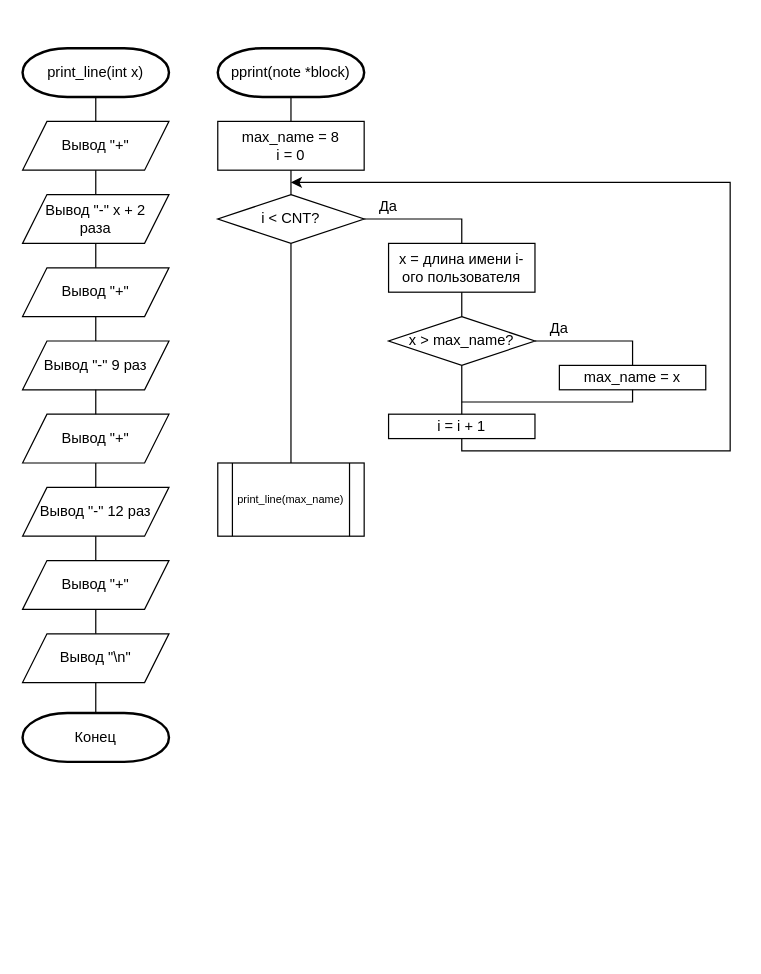
Above: page "print_line + pprint" (3 of 3) of Схема алгоритма.drawio in DexTver/LAB_06_06 (draw.io), before the change. Source tidied: cells renumbered, new cells numbered last; positions are measured from the earlier drawing's top-left corner, leaving out a move shared by most shapes. Both pictures are drawn from the tidied source at 122%, with x=0, y=0 at pixel (22, 48).
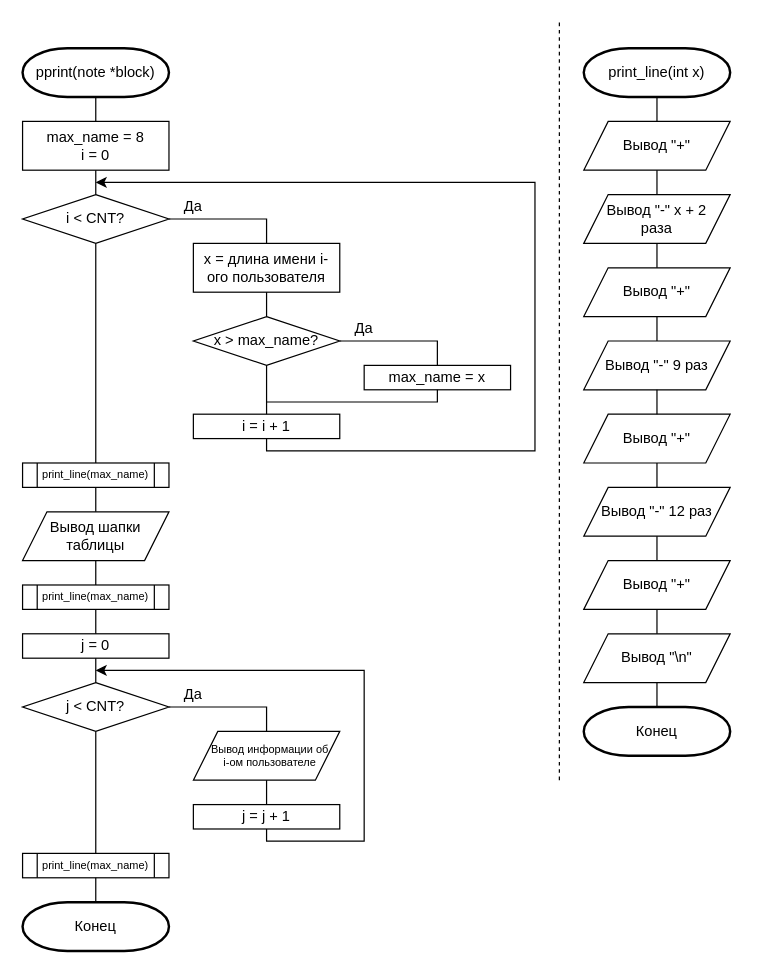
After the change.

What changed in the source:
```diff
@@
     <mxCell id="2" value="print_line(int x)" style="strokeWidth=2;html=1;shape=mxgraph.flowchart.terminator;whiteSpace=wrap;" parent="1" vertex="1">
-      <mxGeometry width="120" height="40" as="geometry" />
+      <mxGeometry x="460" width="120" height="40" as="geometry" />
     </mxCell>
     <mxCell id="3" value="Вывод&amp;nbsp;&quot;+&quot;" style="shape=parallelogram;perimeter=parallelogramPerimeter;whiteSpace=wrap;html=1;fixedSize=1;" parent="1" vertex="1">
-      <mxGeometry y="60" width="120" height="40" as="geometry" />
+      <mxGeometry x="460" y="60" width="120" height="40" as="geometry" />
     </mxCell>
     <mxCell id="4" value="Вывод &quot;-&quot; x + 2&lt;br&gt;раза" style="shape=parallelogram;perimeter=parallelogramPerimeter;whiteSpace=wrap;html=1;fixedSize=1;" parent="1" vertex="1">
-      <mxGeometry y="120" width="120" height="40" as="geometry" />
+      <mxGeometry x="460" y="120" width="120" height="40" as="geometry" />
     </mxCell>
     <mxCell id="5" value="Вывод&amp;nbsp;&quot;+&quot;" style="shape=parallelogram;perimeter=parallelogramPerimeter;whiteSpace=wrap;html=1;fixedSize=1;" parent="1" vertex="1">
-      <mxGeometry y="180" width="120" height="40" as="geometry" />
+      <mxGeometry x="460" y="180" width="120" height="40" as="geometry" />
     </mxCell>
     <mxCell id="6" value="Вывод &quot;-&quot; 9 раз" style="shape=parallelogram;perimeter=parallelogramPerimeter;whiteSpace=wrap;html=1;fixedSize=1;" parent="1" vertex="1">
-      <mxGeometry y="240" width="120" height="40" as="geometry" />
+      <mxGeometry x="460" y="240" width="120" height="40" as="geometry" />
     </mxCell>
     <mxCell id="7" value="Вывод&amp;nbsp;&quot;+&quot;" style="shape=parallelogram;perimeter=parallelogramPerimeter;whiteSpace=wrap;html=1;fixedSize=1;" parent="1" vertex="1">
-      <mxGeometry y="300" width="120" height="40" as="geometry" />
+      <mxGeometry x="460" y="300" width="120" height="40" as="geometry" />
     </mxCell>
     <mxCell id="8" value="Вывод&amp;nbsp;&quot;+&quot;" style="shape=parallelogram;perimeter=parallelogramPerimeter;whiteSpace=wrap;html=1;fixedSize=1;" parent="1" vertex="1">
-      <mxGeometry y="420" width="120" height="40" as="geometry" />
+      <mxGeometry x="460" y="420" width="120" height="40" as="geometry" />
     </mxCell>
     <mxCell id="9" value="Вывод &quot;-&quot; 12 раз" style="shape=parallelogram;perimeter=parallelogramPerimeter;whiteSpace=wrap;html=1;fixedSize=1;" parent="1" vertex="1">
-      <mxGeometry y="360" width="120" height="40" as="geometry" />
+      <mxGeometry x="460" y="360" width="120" height="40" as="geometry" />
     </mxCell>
     <mxCell id="10" value="Вывод &quot;\n&quot;" style="shape=parallelogram;perimeter=parallelogramPerimeter;whiteSpace=wrap;html=1;fixedSize=1;" parent="1" vertex="1">
-      <mxGeometry y="480" width="120" height="40" as="geometry" />
+      <mxGeometry x="460" y="480" width="120" height="40" as="geometry" />
     </mxCell>
     <mxCell id="11" value="Конец" style="strokeWidth=2;html=1;shape=mxgraph.flowchart.terminator;whiteSpace=wrap;" parent="1" vertex="1">
-      <mxGeometry y="545" width="120" height="40" as="geometry" />
+      <mxGeometry x="460" y="540" width="120" height="40" as="geometry" />
     </mxCell>
@@
     <mxCell id="21" value="pprint(note *block)" style="strokeWidth=2;html=1;shape=mxgraph.flowchart.terminator;whiteSpace=wrap;" parent="1" vertex="1">
-      <mxGeometry x="160" width="120" height="40" as="geometry" />
+      <mxGeometry width="120" height="40" as="geometry" />
     </mxCell>
     <mxCell id="22" value="max_name = 8&lt;br&gt;i = 0" style="rounded=0;whiteSpace=wrap;html=1;" parent="1" vertex="1">
-      <mxGeometry x="160" y="60" width="120" height="40" as="geometry" />
+      <mxGeometry y="60" width="120" height="40" as="geometry" />
     </mxCell>
     <mxCell id="23" value="i &amp;lt; CNT?" style="strokeWidth=1;html=1;shape=mxgraph.flowchart.decision;whiteSpace=wrap;" parent="1" vertex="1">
-      <mxGeometry x="160" y="120" width="120" height="40" as="geometry" />
+      <mxGeometry y="120" width="120" height="40" as="geometry" />
     </mxCell>
     <mxCell id="24" value="x = длина имени i-ого пользователя" style="rounded=0;whiteSpace=wrap;html=1;" parent="1" vertex="1">
-      <mxGeometry x="300" y="160" width="120" height="40" as="geometry" />
+      <mxGeometry x="140" y="160" width="120" height="40" as="geometry" />
     </mxCell>
     <mxCell id="25" value="x &amp;gt; max_name?" style="strokeWidth=1;html=1;shape=mxgraph.flowchart.decision;whiteSpace=wrap;" parent="1" vertex="1">
-      <mxGeometry x="300" y="220" width="120" height="40" as="geometry" />
+      <mxGeometry x="140" y="220" width="120" height="40" as="geometry" />
     </mxCell>
     <mxCell id="26" value="max_name = x" style="rounded=0;whiteSpace=wrap;html=1;" parent="1" vertex="1">
-      <mxGeometry x="440" y="260" width="120" height="20" as="geometry" />
+      <mxGeometry x="280" y="260" width="120" height="20" as="geometry" />
     </mxCell>
     <mxCell id="27" value="i = i + 1" style="rounded=0;whiteSpace=wrap;html=1;" parent="1" vertex="1">
-      <mxGeometry x="300" y="300" width="120" height="20" as="geometry" />
+      <mxGeometry x="140" y="300" width="120" height="20" as="geometry" />
     </mxCell>
     <mxCell id="28" value="print_line(max_name)" style="shape=process;whiteSpace=wrap;html=1;backgroundOutline=1;fontSize=9;" parent="1" vertex="1">
-      <mxGeometry x="160" y="340" width="120" height="60" as="geometry" />
+      <mxGeometry y="340" width="120" height="20" as="geometry" />
     </mxCell>
@@
     <mxCell id="32" style="endArrow=none;html=1;rounded=0;entryX=1;entryY=0.5;entryDx=0;entryDy=0;entryPerimeter=0;exitX=0.5;exitY=0;exitDx=0;exitDy=0;" parent="1" edge="1" source="24" target="23">
       <mxGeometry relative="1" as="geometry">
         <Array as="points">
-          <mxPoint x="360" y="140" />
+          <mxPoint x="200" y="140" />
         </Array>
       </mxGeometry>
     </mxCell>
@@
     <mxCell id="35" style="endArrow=none;html=1;rounded=0;entryX=1;entryY=0.5;entryDx=0;entryDy=0;entryPerimeter=0;exitX=0.5;exitY=0;exitDx=0;exitDy=0;" parent="1" edge="1" source="26" target="25">
       <mxGeometry relative="1" as="geometry">
         <Array as="points">
-          <mxPoint x="500" y="240" />
+          <mxPoint x="340" y="240" />
         </Array>
       </mxGeometry>
     </mxCell>
     <mxCell id="36" style="endArrow=none;html=1;rounded=0;entryX=0.5;entryY=1;entryDx=0;entryDy=0;" parent="1" edge="1" target="26">
       <mxGeometry relative="1" as="geometry">
-        <mxPoint x="360" y="290" as="sourcePoint" />
+        <mxPoint x="200" y="290" as="sourcePoint" />
         <Array as="points">
-          <mxPoint x="500" y="290" />
+          <mxPoint x="340" y="290" />
         </Array>
       </mxGeometry>
     </mxCell>
     <mxCell id="37" style="endArrow=none;html=1;rounded=0;entryX=0.5;entryY=1;entryDx=0;entryDy=0;startArrow=classic;startFill=1;" parent="1" edge="1" target="27">
       <mxGeometry relative="1" as="geometry">
-        <mxPoint x="220" y="110" as="sourcePoint" />
+        <mxPoint x="60" y="110" as="sourcePoint" />
         <Array as="points">
-          <mxPoint x="580" y="110" />
-          <mxPoint x="580" y="330" />
-          <mxPoint x="360" y="330" />
+          <mxPoint x="420" y="110" />
+          <mxPoint x="420" y="330" />
+          <mxPoint x="200" y="330" />
         </Array>
       </mxGeometry>
     </mxCell>
     <mxCell id="38" value="Да" style="text;html=1;strokeColor=none;fillColor=none;align=center;verticalAlign=middle;whiteSpace=wrap;rounded=0;" parent="1" vertex="1">
-      <mxGeometry x="270" y="115" width="60" height="30" as="geometry" />
+      <mxGeometry x="110" y="115" width="60" height="30" as="geometry" />
     </mxCell>
     <mxCell id="39" value="Да" style="text;html=1;strokeColor=none;fillColor=none;align=center;verticalAlign=middle;whiteSpace=wrap;rounded=0;" parent="1" vertex="1">
-      <mxGeometry x="410" y="215" width="60" height="30" as="geometry" />
+      <mxGeometry x="250" y="215" width="60" height="30" as="geometry" />
     </mxCell>
+    <mxCell id="40" value="Вывод шапки таблицы" style="shape=parallelogram;perimeter=parallelogramPerimeter;whiteSpace=wrap;html=1;fixedSize=1;" parent="1" vertex="1">
+      <mxGeometry y="380" width="120" height="40" as="geometry" />
+    </mxCell>
+    <mxCell id="41" value="print_line(max_name)" style="shape=process;whiteSpace=wrap;html=1;backgroundOutline=1;fontSize=9;" parent="1" vertex="1">
+      <mxGeometry y="440" width="120" height="20" as="geometry" />
+    </mxCell>
+    <mxCell id="42" style="endArrow=none;html=1;rounded=0;entryX=0.5;entryY=1;entryDx=0;entryDy=0;exitX=0.5;exitY=0;exitDx=0;exitDy=0;" parent="1" edge="1" source="40" target="28">
+      <mxGeometry relative="1" as="geometry" />
+    </mxCell>
+    <mxCell id="43" style="endArrow=none;html=1;rounded=0;entryX=0.5;entryY=1;entryDx=0;entryDy=0;exitX=0.5;exitY=0;exitDx=0;exitDy=0;" parent="1" edge="1" source="41" target="40">
+      <mxGeometry relative="1" as="geometry" />
+    </mxCell>
+    <mxCell id="44" value="j &amp;lt; CNT?" style="strokeWidth=1;html=1;shape=mxgraph.flowchart.decision;whiteSpace=wrap;" parent="1" vertex="1">
+      <mxGeometry y="520" width="120" height="40" as="geometry" />
+    </mxCell>
+    <mxCell id="45" value="j = 0" style="rounded=0;whiteSpace=wrap;html=1;" parent="1" vertex="1">
+      <mxGeometry y="480" width="120" height="20" as="geometry" />
+    </mxCell>
+    <mxCell id="46" value="Вывод информации об i-ом пользователе" style="shape=parallelogram;perimeter=parallelogramPerimeter;whiteSpace=wrap;html=1;fixedSize=1;fontSize=9;spacingLeft=12;spacingRight=6;" parent="1" vertex="1">
+      <mxGeometry x="140" y="560" width="120" height="40" as="geometry" />
+    </mxCell>
+    <mxCell id="47" value="j = j + 1" style="rounded=0;whiteSpace=wrap;html=1;" parent="1" vertex="1">
+      <mxGeometry x="140" y="620" width="120" height="20" as="geometry" />
+    </mxCell>
+    <mxCell id="48" value="print_line(max_name)" style="shape=process;whiteSpace=wrap;html=1;backgroundOutline=1;fontSize=9;" parent="1" vertex="1">
+      <mxGeometry y="660" width="120" height="20" as="geometry" />
+    </mxCell>
+    <mxCell id="49" value="Конец" style="strokeWidth=2;html=1;shape=mxgraph.flowchart.terminator;whiteSpace=wrap;" parent="1" vertex="1">
+      <mxGeometry y="700" width="120" height="40" as="geometry" />
+    </mxCell>
+    <mxCell id="50" style="endArrow=none;html=1;rounded=0;entryX=0.5;entryY=1;entryDx=0;entryDy=0;entryPerimeter=0;exitX=0.5;exitY=0;exitDx=0;exitDy=0;" parent="1" edge="1" source="48" target="44">
+      <mxGeometry relative="1" as="geometry" />
+    </mxCell>
+    <mxCell id="51" style="endArrow=none;html=1;rounded=0;entryX=0.5;entryY=1;entryDx=0;entryDy=0;exitX=0.5;exitY=0;exitDx=0;exitDy=0;exitPerimeter=0;" parent="1" edge="1" source="49" target="48">
+      <mxGeometry relative="1" as="geometry" />
+    </mxCell>
+    <mxCell id="52" style="endArrow=none;html=1;rounded=0;entryX=0.5;entryY=1;entryDx=0;entryDy=0;exitX=0.5;exitY=0;exitDx=0;exitDy=0;exitPerimeter=0;" parent="1" edge="1" source="44" target="45">
+      <mxGeometry relative="1" as="geometry" />
+    </mxCell>
+    <mxCell id="53" style="endArrow=none;html=1;rounded=0;entryX=0.5;entryY=1;entryDx=0;entryDy=0;exitX=0.5;exitY=0;exitDx=0;exitDy=0;" parent="1" edge="1" source="45" target="41">
+      <mxGeometry relative="1" as="geometry" />
+    </mxCell>
+    <mxCell id="54" style="endArrow=none;html=1;rounded=0;entryX=1;entryY=0.5;entryDx=0;entryDy=0;entryPerimeter=0;exitX=0.5;exitY=0;exitDx=0;exitDy=0;" parent="1" edge="1" source="46" target="44">
+      <mxGeometry relative="1" as="geometry">
+        <Array as="points">
+          <mxPoint x="200" y="540" />
+        </Array>
+      </mxGeometry>
+    </mxCell>
+    <mxCell id="55" style="endArrow=none;html=1;rounded=0;entryX=0.5;entryY=1;entryDx=0;entryDy=0;exitX=0.5;exitY=0;exitDx=0;exitDy=0;" parent="1" edge="1" source="47" target="46">
+      <mxGeometry relative="1" as="geometry" />
+    </mxCell>
+    <mxCell id="56" style="endArrow=none;html=1;rounded=0;entryX=0.5;entryY=1;entryDx=0;entryDy=0;startArrow=classic;startFill=1;" parent="1" edge="1" target="47">
+      <mxGeometry relative="1" as="geometry">
+        <mxPoint x="60" y="510" as="sourcePoint" />
+        <Array as="points">
+          <mxPoint x="280" y="510" />
+          <mxPoint x="280" y="650" />
+          <mxPoint x="200" y="650" />
+        </Array>
+      </mxGeometry>
+    </mxCell>
+    <mxCell id="57" value="Да" style="text;html=1;strokeColor=none;fillColor=none;align=center;verticalAlign=middle;whiteSpace=wrap;rounded=0;" parent="1" vertex="1">
+      <mxGeometry x="110" y="515" width="60" height="30" as="geometry" />
+    </mxCell>
+    <mxCell id="58" style="endArrow=none;dashed=1;html=1;rounded=0;" parent="1" edge="1">
+      <mxGeometry relative="1" as="geometry">
+        <mxPoint x="440" y="600" as="sourcePoint" />
+        <mxPoint x="440" y="-22.4" as="targetPoint" />
+      </mxGeometry>
+    </mxCell>
```
